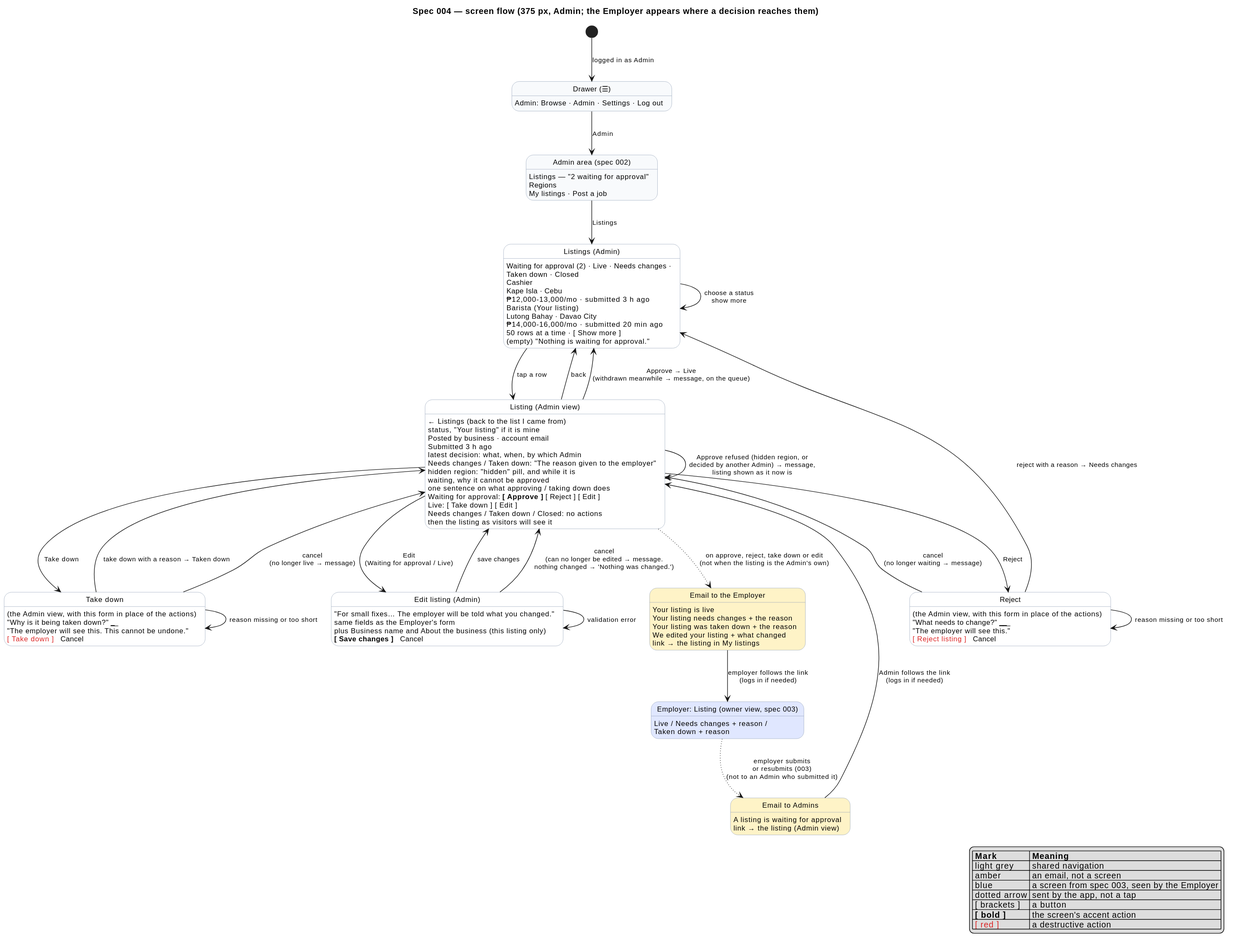
Earlier version of the PlantUML export docs/specs/004-listings-admin-moderation/diagrams/screenflow-moderation.svg (raseniero/jairojobs-elixir).
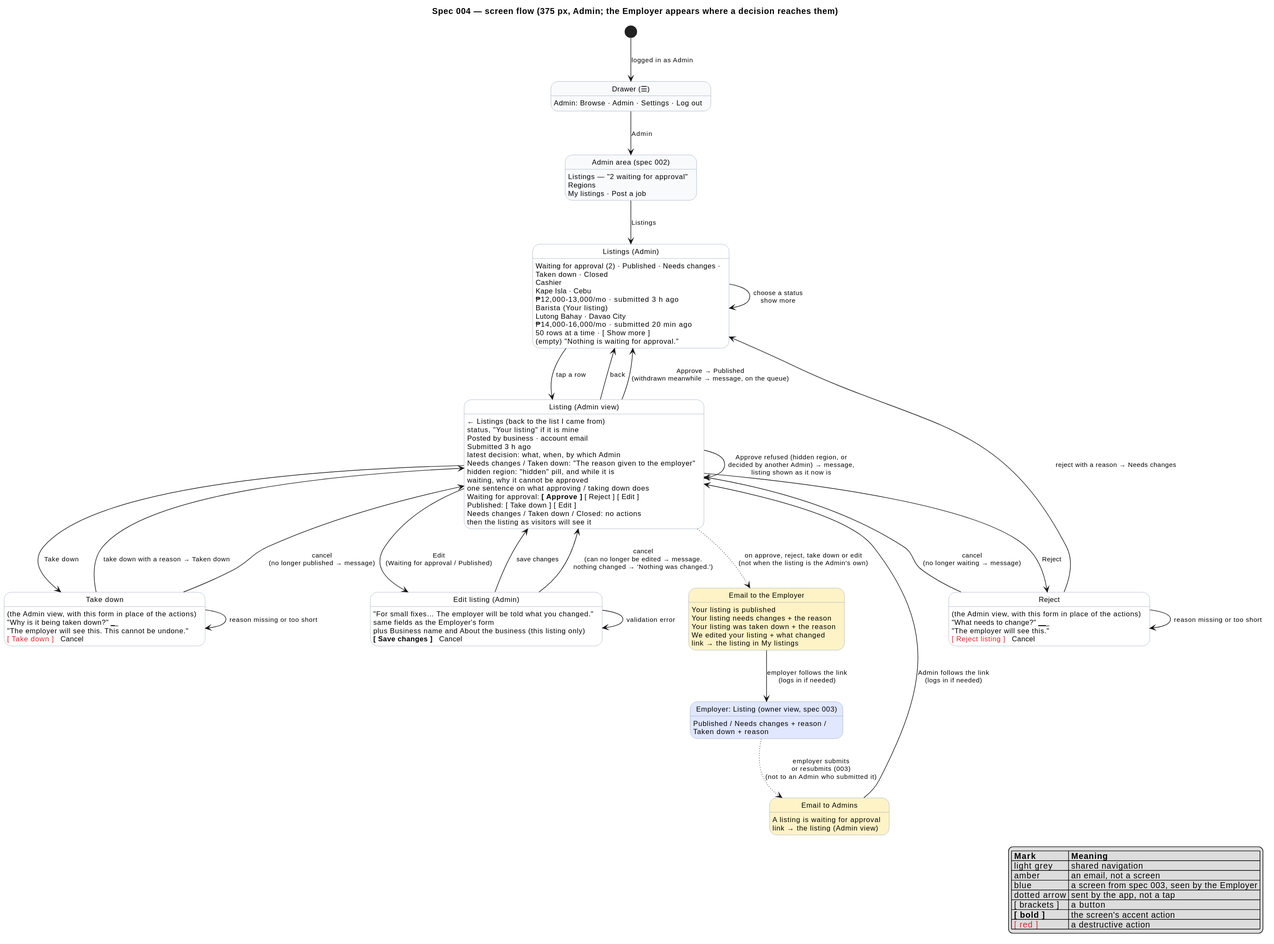
Later version of the same file.

The edit, as a diff of the source:
```diff
@@ -22,7 +22,7 @@
 AdminArea : My listings · Post a job
 
 state "Listings (Admin)" as Listings
-Listings : Waiting for approval (2) · Live · Needs changes ·
+Listings : Waiting for approval (2) · Published · Needs changes ·
 Listings : Taken down · Closed
 Listings : Cashier
 Listings : Kape Isla · Cebu
@@ -44,7 +44,7 @@
 Review : waiting, why it cannot be approved
 Review : one sentence on what approving / taking down does
 Review : Waiting for approval: **[ Approve ]** [ Reject ] [ Edit ]
-Review : Live: [ Take down ] [ Edit ]
+Review : Published: [ Take down ] [ Edit ]
 Review : Needs changes / Taken down / Closed: no actions
 Review : then the listing as visitors will see it
 
@@ -67,7 +67,7 @@
 Edit : **[ Save changes ]**   Cancel
 
 state "Email to the Employer" as MailEmployer <<email>>
-MailEmployer : Your listing is live
+MailEmployer : Your listing is published
 MailEmployer : Your listing needs changes + the reason
 MailEmployer : Your listing was taken down + the reason
 MailEmployer : We edited your listing + what changed
@@ -78,7 +78,7 @@
 MailAdmins : link → the listing (Admin view)
 
 state "Employer: Listing (owner view, spec 003)" as Owner <<other>>
-Owner : Live / Needs changes + reason /
+Owner : Published / Needs changes + reason /
 Owner : Taken down + reason
 
 [*] --> Drawer : logged in as Admin
@@ -88,7 +88,7 @@
 Listings --> Review : tap a row
 Review --> Listings : back
 Review --> Review : Approve refused (hidden region, or\ndecided by another Admin) → message,\nlisting shown as it now is
-Review --> Listings : Approve → Live\n(withdrawn meanwhile → message, on the queue)
+Review --> Listings : Approve → Published\n(withdrawn meanwhile → message, on the queue)
 Review --> Reject : Reject
 Reject --> Listings : reject with a reason → Needs changes
 Reject --> Reject : reason missing or too short
@@ -96,8 +96,8 @@
 Review --> TakeDown : Take down
 TakeDown --> Review : take down with a reason → Taken down
 TakeDown --> TakeDown : reason missing or too short
-TakeDown --> Review : cancel\n(no longer live → message)
-Review --> Edit : Edit\n(Waiting for approval / Live)
+TakeDown --> Review : cancel\n(no longer published → message)
+Review --> Edit : Edit\n(Waiting for approval / Published)
 Edit --> Review : save changes
 Edit --> Edit : validation error
 Edit --> Review : cancel\n(can no longer be edited → message.\nnothing changed → 'Nothing was changed.')
```
